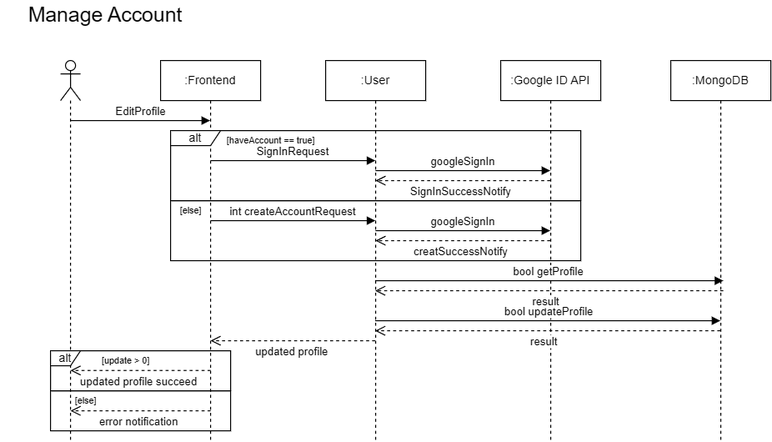
Before: documentation/images/Manage_accout.drawio.png, a diagram exported from draw.io (Exalex16/CPEN321-WOCMS). Source tidied: cells renumbered, new cells last; positions are measured from the earlier drawing's top-left corner, leaving out a move shared by most shapes. Its diagram source:
```xml
<mxGraphModel>
  <root>
    <mxCell id="0" />
    <mxCell id="1" parent="0" />
    <mxCell id="2" value=":Frontend" style="shape=umlLifeline;perimeter=lifelinePerimeter;whiteSpace=wrap;html=1;outlineConnect=0;portConstraint=eastwest;newEdgeStyle={&quot;edgeStyle&quot;:&quot;elbowEdgeStyle&quot;,&quot;elbow&quot;:&quot;vertical&quot;,&quot;curved&quot;:0,&quot;rounded&quot;:0};" parent="1" vertex="1">
      <mxGeometry x="160" y="60" width="100" height="380" as="geometry" />
    </mxCell>
    <mxCell id="3" value="&lt;span id=&quot;docs-internal-guid-6bbf44d1-7fff-1a77-31dd-1ef7b96aac21&quot;&gt;&lt;span style=&quot;font-family: Arial, sans-serif; background-color: transparent; font-variant-numeric: normal; font-variant-east-asian: normal; font-variant-alternates: normal; font-variant-position: normal; font-variant-emoji: normal; vertical-align: baseline; white-space-collapse: preserve;&quot;&gt;&lt;font style=&quot;color: rgb(0, 0, 0); font-size: 20.6667px;&quot;&gt;Manage Account&lt;/font&gt;&lt;/span&gt;&lt;/span&gt;" style="text;html=1;align=center;verticalAlign=middle;whiteSpace=wrap;rounded=0;" parent="1" vertex="1">
      <mxGeometry width="210" height="30" as="geometry" />
    </mxCell>
    <mxCell id="4" style="shape=umlLifeline;perimeter=lifelinePerimeter;whiteSpace=wrap;html=1;outlineConnect=0;portConstraint=eastwest;newEdgeStyle={&quot;curved&quot;:0,&quot;rounded&quot;:0};participant=umlActor;" parent="1" vertex="1">
      <mxGeometry x="60" y="60" width="20" height="380" as="geometry" />
    </mxCell>
    <mxCell id="5" value=":User" style="shape=umlLifeline;perimeter=lifelinePerimeter;whiteSpace=wrap;html=1;outlineConnect=0;portConstraint=eastwest;newEdgeStyle={&quot;edgeStyle&quot;:&quot;elbowEdgeStyle&quot;,&quot;elbow&quot;:&quot;vertical&quot;,&quot;curved&quot;:0,&quot;rounded&quot;:0};" parent="1" vertex="1">
      <mxGeometry x="325" y="60" width="100" height="380" as="geometry" />
    </mxCell>
    <mxCell id="6" value="EditProfile" style="html=1;verticalAlign=bottom;endArrow=block;curved=0;rounded=0;" parent="1" edge="1" source="4" target="2">
      <mxGeometry relative="1" as="geometry">
        <Array as="points">
          <mxPoint x="160" y="120" />
        </Array>
      </mxGeometry>
    </mxCell>
    <mxCell id="7" value="alt" style="shape=umlFrame;whiteSpace=wrap;html=1;width=50;height=15;" parent="1" vertex="1">
      <mxGeometry x="170" y="130" width="410" height="70" as="geometry" />
    </mxCell>
    <mxCell id="8" style="rounded=0;whiteSpace=wrap;html=1;fillColor=none;" parent="1" vertex="1">
      <mxGeometry x="170" y="200" width="410" height="60" as="geometry" />
    </mxCell>
    <mxCell id="9" value="[haveAccount == true]" style="text;html=1;align=center;verticalAlign=middle;strokeColor=none;fillColor=none;fontSize=9;" parent="1" vertex="1">
      <mxGeometry x="215" y="130" width="110" height="20" as="geometry" />
    </mxCell>
    <mxCell id="10" value=":Google ID API" style="shape=umlLifeline;perimeter=lifelinePerimeter;whiteSpace=wrap;html=1;newEdgeStyle={&quot;edgeStyle&quot;:&quot;elbowEdgeStyle&quot;,&quot;elbow&quot;:&quot;vertical&quot;,&quot;curved&quot;:0,&quot;rounded&quot;:0};" parent="1" vertex="1">
      <mxGeometry x="500" y="60" width="100" height="380" as="geometry" />
    </mxCell>
    <mxCell id="11" value="googleSignIn" style="html=1;verticalAlign=bottom;endArrow=block;curved=0;rounded=0;" parent="1" edge="1">
      <mxGeometry relative="1" as="geometry">
        <mxPoint x="374.8" y="230" as="sourcePoint" />
        <mxPoint x="549.5" y="230" as="targetPoint" />
      </mxGeometry>
    </mxCell>
    <mxCell id="12" value="[else]" style="text;html=1;align=center;verticalAlign=middle;strokeColor=none;fillColor=none;fontSize=9;" parent="1" vertex="1">
      <mxGeometry x="165" y="200" width="50" height="20" as="geometry" />
    </mxCell>
    <mxCell id="13" value="SignInRequest" style="html=1;verticalAlign=bottom;endArrow=block;curved=0;rounded=0;" parent="1" edge="1">
      <mxGeometry relative="1" as="geometry">
        <mxPoint x="210" y="160" as="sourcePoint" />
        <mxPoint x="374.7" y="160" as="targetPoint" />
      </mxGeometry>
    </mxCell>
    <mxCell id="14" value="int createAccountRequest" style="html=1;verticalAlign=bottom;endArrow=block;curved=0;rounded=0;" parent="1" edge="1">
      <mxGeometry relative="1" as="geometry">
        <mxPoint x="210" y="220" as="sourcePoint" />
        <mxPoint x="374.7" y="220" as="targetPoint" />
      </mxGeometry>
    </mxCell>
    <mxCell id="15" value="creatSuccessNotify" style="html=1;verticalAlign=bottom;endArrow=open;dashed=1;endSize=8;curved=0;rounded=0;" parent="1" edge="1">
      <mxGeometry x="0.02" y="20" relative="1" as="geometry">
        <mxPoint x="549.5" y="240" as="sourcePoint" />
        <mxPoint x="374.8" y="240" as="targetPoint" />
      </mxGeometry>
    </mxCell>
    <mxCell id="16" value="googleSignIn" style="html=1;verticalAlign=bottom;endArrow=block;curved=0;rounded=0;" parent="1" edge="1">
      <mxGeometry relative="1" as="geometry">
        <mxPoint x="374.8" y="170" as="sourcePoint" />
        <mxPoint x="549.5" y="170" as="targetPoint" />
      </mxGeometry>
    </mxCell>
    <mxCell id="17" value="SignInSuccessNotify" style="html=1;verticalAlign=bottom;endArrow=open;dashed=1;endSize=8;curved=0;rounded=0;" parent="1" edge="1">
      <mxGeometry x="0.02" y="20" relative="1" as="geometry">
        <mxPoint x="549.5" y="180" as="sourcePoint" />
        <mxPoint x="374.8" y="180" as="targetPoint" />
      </mxGeometry>
    </mxCell>
    <mxCell id="18" style="edgeStyle=orthogonalEdgeStyle;rounded=0;orthogonalLoop=1;jettySize=auto;html=1;exitX=0.5;exitY=1;exitDx=0;exitDy=0;" parent="1" edge="1" source="8" target="8">
      <mxGeometry relative="1" as="geometry" />
    </mxCell>
    <mxCell id="19" value="updated profile" style="html=1;verticalAlign=bottom;endArrow=open;dashed=1;endSize=8;curved=0;rounded=0;" parent="1" edge="1">
      <mxGeometry x="0.02" y="20" relative="1" as="geometry">
        <mxPoint x="374.5" y="340" as="sourcePoint" />
        <mxPoint x="209.9" y="340" as="targetPoint" />
      </mxGeometry>
    </mxCell>
    <mxCell id="20" value="alt" style="shape=umlFrame;whiteSpace=wrap;html=1;width=30;height=15;" parent="1" vertex="1">
      <mxGeometry x="50" y="350" width="180" height="40" as="geometry" />
    </mxCell>
    <mxCell id="21" style="html=1;whiteSpace=wrap;fillColor=none;" parent="1" vertex="1">
      <mxGeometry x="50" y="390" width="180" height="40" as="geometry" />
    </mxCell>
    <mxCell id="22" value="updated profile succeed" style="html=1;verticalAlign=bottom;endArrow=open;dashed=1;endSize=8;curved=0;rounded=0;" parent="1" edge="1">
      <mxGeometry x="0.02" y="20" relative="1" as="geometry">
        <mxPoint x="210" y="369.7" as="sourcePoint" />
        <mxPoint x="70" y="369.7" as="targetPoint" />
      </mxGeometry>
    </mxCell>
    <mxCell id="23" value="error notification" style="html=1;verticalAlign=bottom;endArrow=open;dashed=1;endSize=8;curved=0;rounded=0;" parent="1" edge="1">
      <mxGeometry x="0.03" y="20" relative="1" as="geometry">
        <mxPoint x="210" y="410" as="sourcePoint" />
        <mxPoint x="70" y="410" as="targetPoint" />
      </mxGeometry>
    </mxCell>
    <mxCell id="24" value="[else]" style="text;html=1;align=center;verticalAlign=middle;strokeColor=none;fillColor=none;fontSize=9;" parent="1" vertex="1">
      <mxGeometry x="60" y="390" width="50" height="20" as="geometry" />
    </mxCell>
    <mxCell id="25" value="[update &amp;gt; 0]" style="text;html=1;align=center;verticalAlign=middle;strokeColor=none;fillColor=none;fontSize=9;" parent="1" vertex="1">
      <mxGeometry x="90" y="350" width="70" height="20" as="geometry" />
    </mxCell>
    <mxCell id="26" value=":MongoDB" style="shape=umlLifeline;perimeter=lifelinePerimeter;whiteSpace=wrap;html=1;newEdgeStyle={&quot;edgeStyle&quot;:&quot;elbowEdgeStyle&quot;,&quot;elbow&quot;:&quot;vertical&quot;,&quot;curved&quot;:0,&quot;rounded&quot;:0};" parent="1" vertex="1">
      <mxGeometry x="670" y="60" width="100" height="380" as="geometry" />
    </mxCell>
    <mxCell id="27" value="&lt;span style=&quot;text-align: left;&quot;&gt;bool updateProfile&lt;/span&gt;" style="html=1;verticalAlign=bottom;endArrow=block;curved=0;rounded=0;" parent="1" edge="1">
      <mxGeometry relative="1" as="geometry">
        <mxPoint x="374.5" y="320" as="sourcePoint" />
        <mxPoint x="719.5" y="320" as="targetPoint" />
      </mxGeometry>
    </mxCell>
    <mxCell id="28" value="result" style="html=1;verticalAlign=bottom;endArrow=open;dashed=1;endSize=8;curved=0;rounded=0;" parent="1" edge="1">
      <mxGeometry x="0.02" y="20" relative="1" as="geometry">
        <mxPoint x="719.5" y="330" as="sourcePoint" />
        <mxPoint x="374.5" y="330" as="targetPoint" />
      </mxGeometry>
    </mxCell>
    <mxCell id="29" value="&lt;span style=&quot;text-align: left;&quot;&gt;bool&amp;nbsp;&lt;/span&gt;getProfile&amp;nbsp;" style="html=1;verticalAlign=bottom;endArrow=block;curved=0;rounded=0;" parent="1" edge="1" source="5">
      <mxGeometry relative="1" as="geometry">
        <mxPoint x="722.5" y="280" as="targetPoint" />
      </mxGeometry>
    </mxCell>
    <mxCell id="30" value="result" style="html=1;verticalAlign=bottom;endArrow=open;dashed=1;endSize=8;curved=0;rounded=0;" parent="1" edge="1" target="5">
      <mxGeometry x="0.02" y="20" relative="1" as="geometry">
        <mxPoint x="722.5" y="290" as="sourcePoint" />
      </mxGeometry>
    </mxCell>
  </root>
</mxGraphModel>
```
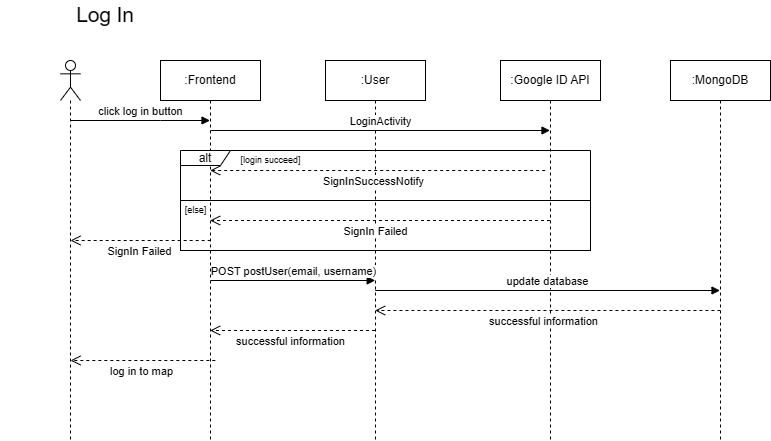
The same file after the commit.

Change to the diagram source:
```diff
@@ -5,7 +5,7 @@
     <mxCell id="2" value=":Frontend" style="shape=umlLifeline;perimeter=lifelinePerimeter;whiteSpace=wrap;html=1;outlineConnect=0;portConstraint=eastwest;newEdgeStyle={&quot;edgeStyle&quot;:&quot;elbowEdgeStyle&quot;,&quot;elbow&quot;:&quot;vertical&quot;,&quot;curved&quot;:0,&quot;rounded&quot;:0};" parent="1" vertex="1">
       <mxGeometry x="160" y="60" width="100" height="380" as="geometry" />
     </mxCell>
-    <mxCell id="3" value="&lt;span id=&quot;docs-internal-guid-6bbf44d1-7fff-1a77-31dd-1ef7b96aac21&quot;&gt;&lt;span style=&quot;font-family: Arial, sans-serif; background-color: transparent; font-variant-numeric: normal; font-variant-east-asian: normal; font-variant-alternates: normal; font-variant-position: normal; font-variant-emoji: normal; vertical-align: baseline; white-space-collapse: preserve;&quot;&gt;&lt;font style=&quot;color: rgb(0, 0, 0); font-size: 20.6667px;&quot;&gt;Manage Account&lt;/font&gt;&lt;/span&gt;&lt;/span&gt;" style="text;html=1;align=center;verticalAlign=middle;whiteSpace=wrap;rounded=0;" parent="1" vertex="1">
+    <mxCell id="3" value="&lt;span id=&quot;docs-internal-guid-6bbf44d1-7fff-1a77-31dd-1ef7b96aac21&quot;&gt;&lt;span style=&quot;font-family: Arial, sans-serif; background-color: transparent; font-variant-numeric: normal; font-variant-east-asian: normal; font-variant-alternates: normal; font-variant-position: normal; font-variant-emoji: normal; vertical-align: baseline; white-space-collapse: preserve;&quot;&gt;&lt;font style=&quot;color: rgb(0, 0, 0); font-size: 20.6667px;&quot;&gt;Log In&lt;/font&gt;&lt;/span&gt;&lt;/span&gt;" style="text;html=1;align=center;verticalAlign=middle;whiteSpace=wrap;rounded=0;" parent="1" vertex="1">
       <mxGeometry width="210" height="30" as="geometry" />
     </mxCell>
     <mxCell id="4" style="shape=umlLifeline;perimeter=lifelinePerimeter;whiteSpace=wrap;html=1;outlineConnect=0;portConstraint=eastwest;newEdgeStyle={&quot;curved&quot;:0,&quot;rounded&quot;:0};participant=umlActor;" parent="1" vertex="1">
@@ -14,7 +14,7 @@
     <mxCell id="5" value=":User" style="shape=umlLifeline;perimeter=lifelinePerimeter;whiteSpace=wrap;html=1;outlineConnect=0;portConstraint=eastwest;newEdgeStyle={&quot;edgeStyle&quot;:&quot;elbowEdgeStyle&quot;,&quot;elbow&quot;:&quot;vertical&quot;,&quot;curved&quot;:0,&quot;rounded&quot;:0};" parent="1" vertex="1">
       <mxGeometry x="325" y="60" width="100" height="380" as="geometry" />
     </mxCell>
-    <mxCell id="6" value="EditProfile" style="html=1;verticalAlign=bottom;endArrow=block;curved=0;rounded=0;" parent="1" edge="1" source="4" target="2">
+    <mxCell id="6" value="click log in button" style="html=1;verticalAlign=bottom;endArrow=block;curved=0;rounded=0;" parent="1" edge="1" source="4" target="2">
       <mxGeometry relative="1" as="geometry">
         <Array as="points">
           <mxPoint x="160" y="120" />
@@ -22,113 +22,81 @@
       </mxGeometry>
     </mxCell>
     <mxCell id="7" value="alt" style="shape=umlFrame;whiteSpace=wrap;html=1;width=50;height=15;" parent="1" vertex="1">
-      <mxGeometry x="170" y="130" width="410" height="70" as="geometry" />
+      <mxGeometry x="180" y="150" width="410" height="50" as="geometry" />
     </mxCell>
     <mxCell id="8" style="rounded=0;whiteSpace=wrap;html=1;fillColor=none;" parent="1" vertex="1">
-      <mxGeometry x="170" y="200" width="410" height="60" as="geometry" />
+      <mxGeometry x="180" y="200" width="410" height="50" as="geometry" />
     </mxCell>
-    <mxCell id="9" value="[haveAccount == true]" style="text;html=1;align=center;verticalAlign=middle;strokeColor=none;fillColor=none;fontSize=9;" parent="1" vertex="1">
-      <mxGeometry x="215" y="130" width="110" height="20" as="geometry" />
+    <mxCell id="9" value="[login succeed]" style="text;html=1;align=center;verticalAlign=middle;strokeColor=none;fillColor=none;fontSize=9;" parent="1" vertex="1">
+      <mxGeometry x="230" y="150" width="80" height="20" as="geometry" />
     </mxCell>
     <mxCell id="10" value=":Google ID API" style="shape=umlLifeline;perimeter=lifelinePerimeter;whiteSpace=wrap;html=1;newEdgeStyle={&quot;edgeStyle&quot;:&quot;elbowEdgeStyle&quot;,&quot;elbow&quot;:&quot;vertical&quot;,&quot;curved&quot;:0,&quot;rounded&quot;:0};" parent="1" vertex="1">
       <mxGeometry x="500" y="60" width="100" height="380" as="geometry" />
     </mxCell>
-    <mxCell id="11" value="googleSignIn" style="html=1;verticalAlign=bottom;endArrow=block;curved=0;rounded=0;" parent="1" edge="1">
-      <mxGeometry relative="1" as="geometry">
-        <mxPoint x="374.8" y="230" as="sourcePoint" />
-        <mxPoint x="549.5" y="230" as="targetPoint" />
-      </mxGeometry>
-    </mxCell>
     <mxCell id="12" value="[else]" style="text;html=1;align=center;verticalAlign=middle;strokeColor=none;fillColor=none;fontSize=9;" parent="1" vertex="1">
-      <mxGeometry x="165" y="200" width="50" height="20" as="geometry" />
+      <mxGeometry x="170" y="200" width="50" height="20" as="geometry" />
     </mxCell>
-    <mxCell id="13" value="SignInRequest" style="html=1;verticalAlign=bottom;endArrow=block;curved=0;rounded=0;" parent="1" edge="1">
+    <mxCell id="13" value="POST postUser(email, username)" style="html=1;verticalAlign=bottom;endArrow=block;curved=0;rounded=0;" parent="1" edge="1">
       <mxGeometry relative="1" as="geometry">
-        <mxPoint x="210" y="160" as="sourcePoint" />
-        <mxPoint x="374.7" y="160" as="targetPoint" />
+        <mxPoint x="210" y="280" as="sourcePoint" />
+        <mxPoint x="374.7" y="280" as="targetPoint" />
       </mxGeometry>
     </mxCell>
-    <mxCell id="14" value="int createAccountRequest" style="html=1;verticalAlign=bottom;endArrow=block;curved=0;rounded=0;" parent="1" edge="1">
-      <mxGeometry relative="1" as="geometry">
-        <mxPoint x="210" y="220" as="sourcePoint" />
-        <mxPoint x="374.7" y="220" as="targetPoint" />
-      </mxGeometry>
-    </mxCell>
-    <mxCell id="15" value="creatSuccessNotify" style="html=1;verticalAlign=bottom;endArrow=open;dashed=1;endSize=8;curved=0;rounded=0;" parent="1" edge="1">
-      <mxGeometry x="0.02" y="20" relative="1" as="geometry">
-        <mxPoint x="549.5" y="240" as="sourcePoint" />
-        <mxPoint x="374.8" y="240" as="targetPoint" />
-      </mxGeometry>
-    </mxCell>
-    <mxCell id="16" value="googleSignIn" style="html=1;verticalAlign=bottom;endArrow=block;curved=0;rounded=0;" parent="1" edge="1">
-      <mxGeometry relative="1" as="geometry">
-        <mxPoint x="374.8" y="170" as="sourcePoint" />
-        <mxPoint x="549.5" y="170" as="targetPoint" />
-      </mxGeometry>
-    </mxCell>
+    <mxCell id="18" style="edgeStyle=orthogonalEdgeStyle;rounded=0;orthogonalLoop=1;jettySize=auto;html=1;exitX=0.5;exitY=1;exitDx=0;exitDy=0;" parent="1" edge="1">
+      <mxGeometry relative="1" as="geometry">
+        <mxPoint x="503" y="325.4" as="sourcePoint" />
+        <mxPoint x="503" y="325.4" as="targetPoint" />
+      </mxGeometry>
+    </mxCell>
+    <mxCell id="26" value=":MongoDB" style="shape=umlLifeline;perimeter=lifelinePerimeter;whiteSpace=wrap;html=1;newEdgeStyle={&quot;edgeStyle&quot;:&quot;elbowEdgeStyle&quot;,&quot;elbow&quot;:&quot;vertical&quot;,&quot;curved&quot;:0,&quot;rounded&quot;:0};" parent="1" vertex="1">
+      <mxGeometry x="670" y="60" width="100" height="380" as="geometry" />
+    </mxCell>
+    <mxCell id="31" value="LoginActivity" style="html=1;verticalAlign=bottom;endArrow=block;curved=0;rounded=0;" parent="1" edge="1">
+      <mxGeometry relative="1" as="geometry">
+        <mxPoint x="210" y="130" as="sourcePoint" />
+        <mxPoint x="549.5" y="130" as="targetPoint" />
+      </mxGeometry>
+    </mxCell>
     <mxCell id="17" value="SignInSuccessNotify" style="html=1;verticalAlign=bottom;endArrow=open;dashed=1;endSize=8;curved=0;rounded=0;" parent="1" edge="1">
       <mxGeometry x="0.02" y="20" relative="1" as="geometry">
-        <mxPoint x="549.5" y="180" as="sourcePoint" />
-        <mxPoint x="374.8" y="180" as="targetPoint" />
+        <mxPoint x="544.7" y="170" as="sourcePoint" />
+        <mxPoint x="209.7" y="170" as="targetPoint" />
       </mxGeometry>
     </mxCell>
-    <mxCell id="18" style="edgeStyle=orthogonalEdgeStyle;rounded=0;orthogonalLoop=1;jettySize=auto;html=1;exitX=0.5;exitY=1;exitDx=0;exitDy=0;" parent="1" edge="1" source="8" target="8">
-      <mxGeometry relative="1" as="geometry" />
-    </mxCell>
-    <mxCell id="19" value="updated profile" style="html=1;verticalAlign=bottom;endArrow=open;dashed=1;endSize=8;curved=0;rounded=0;" parent="1" edge="1">
-      <mxGeometry x="0.02" y="20" relative="1" as="geometry">
-        <mxPoint x="374.5" y="340" as="sourcePoint" />
-        <mxPoint x="209.9" y="340" as="targetPoint" />
-      </mxGeometry>
-    </mxCell>
-    <mxCell id="20" value="alt" style="shape=umlFrame;whiteSpace=wrap;html=1;width=30;height=15;" parent="1" vertex="1">
-      <mxGeometry x="50" y="350" width="180" height="40" as="geometry" />
-    </mxCell>
-    <mxCell id="21" style="html=1;whiteSpace=wrap;fillColor=none;" parent="1" vertex="1">
-      <mxGeometry x="50" y="390" width="180" height="40" as="geometry" />
-    </mxCell>
-    <mxCell id="22" value="updated profile succeed" style="html=1;verticalAlign=bottom;endArrow=open;dashed=1;endSize=8;curved=0;rounded=0;" parent="1" edge="1">
-      <mxGeometry x="0.02" y="20" relative="1" as="geometry">
-        <mxPoint x="210" y="369.7" as="sourcePoint" />
-        <mxPoint x="70" y="369.7" as="targetPoint" />
-      </mxGeometry>
-    </mxCell>
-    <mxCell id="23" value="error notification" style="html=1;verticalAlign=bottom;endArrow=open;dashed=1;endSize=8;curved=0;rounded=0;" parent="1" edge="1">
-      <mxGeometry x="0.03" y="20" relative="1" as="geometry">
-        <mxPoint x="210" y="410" as="sourcePoint" />
-        <mxPoint x="70" y="410" as="targetPoint" />
-      </mxGeometry>
-    </mxCell>
-    <mxCell id="24" value="[else]" style="text;html=1;align=center;verticalAlign=middle;strokeColor=none;fillColor=none;fontSize=9;" parent="1" vertex="1">
-      <mxGeometry x="60" y="390" width="50" height="20" as="geometry" />
-    </mxCell>
-    <mxCell id="25" value="[update &amp;gt; 0]" style="text;html=1;align=center;verticalAlign=middle;strokeColor=none;fillColor=none;fontSize=9;" parent="1" vertex="1">
-      <mxGeometry x="90" y="350" width="70" height="20" as="geometry" />
-    </mxCell>
-    <mxCell id="26" value=":MongoDB" style="shape=umlLifeline;perimeter=lifelinePerimeter;whiteSpace=wrap;html=1;newEdgeStyle={&quot;edgeStyle&quot;:&quot;elbowEdgeStyle&quot;,&quot;elbow&quot;:&quot;vertical&quot;,&quot;curved&quot;:0,&quot;rounded&quot;:0};" parent="1" vertex="1">
-      <mxGeometry x="670" y="60" width="100" height="380" as="geometry" />
-    </mxCell>
-    <mxCell id="27" value="&lt;span style=&quot;text-align: left;&quot;&gt;bool updateProfile&lt;/span&gt;" style="html=1;verticalAlign=bottom;endArrow=block;curved=0;rounded=0;" parent="1" edge="1">
-      <mxGeometry relative="1" as="geometry">
-        <mxPoint x="374.5" y="320" as="sourcePoint" />
-        <mxPoint x="719.5" y="320" as="targetPoint" />
-      </mxGeometry>
-    </mxCell>
-    <mxCell id="28" value="result" style="html=1;verticalAlign=bottom;endArrow=open;dashed=1;endSize=8;curved=0;rounded=0;" parent="1" edge="1">
-      <mxGeometry x="0.02" y="20" relative="1" as="geometry">
-        <mxPoint x="719.5" y="330" as="sourcePoint" />
-        <mxPoint x="374.5" y="330" as="targetPoint" />
-      </mxGeometry>
-    </mxCell>
-    <mxCell id="29" value="&lt;span style=&quot;text-align: left;&quot;&gt;bool&amp;nbsp;&lt;/span&gt;getProfile&amp;nbsp;" style="html=1;verticalAlign=bottom;endArrow=block;curved=0;rounded=0;" parent="1" edge="1" source="5">
-      <mxGeometry relative="1" as="geometry">
-        <mxPoint x="722.5" y="280" as="targetPoint" />
-      </mxGeometry>
-    </mxCell>
-    <mxCell id="30" value="result" style="html=1;verticalAlign=bottom;endArrow=open;dashed=1;endSize=8;curved=0;rounded=0;" parent="1" edge="1" target="5">
-      <mxGeometry x="0.02" y="20" relative="1" as="geometry">
-        <mxPoint x="722.5" y="290" as="sourcePoint" />
-      </mxGeometry>
-    </mxCell>
+    <mxCell id="32" value="SignIn Failed" style="html=1;verticalAlign=bottom;endArrow=open;dashed=1;endSize=8;curved=0;rounded=0;" parent="1" edge="1">
+      <mxGeometry x="0.02" y="20" relative="1" as="geometry">
+        <mxPoint x="549.5" y="220" as="sourcePoint" />
+        <mxPoint x="209.7" y="220" as="targetPoint" />
+      </mxGeometry>
+    </mxCell>
+    <mxCell id="33" value="SignIn Failed" style="html=1;verticalAlign=bottom;endArrow=open;dashed=1;endSize=8;curved=0;rounded=0;" parent="1" edge="1">
+      <mxGeometry x="0.02" y="20" relative="1" as="geometry">
+        <mxPoint x="210.2" y="240" as="sourcePoint" />
+        <mxPoint x="70" y="240" as="targetPoint" />
+      </mxGeometry>
+    </mxCell>
+    <mxCell id="34" value="update database" style="html=1;verticalAlign=bottom;endArrow=block;curved=0;rounded=0;" parent="1" edge="1">
+      <mxGeometry relative="1" as="geometry">
+        <mxPoint x="374.7" y="290" as="sourcePoint" />
+        <mxPoint x="719.5" y="290" as="targetPoint" />
+      </mxGeometry>
+    </mxCell>
+    <mxCell id="35" value="successful information" style="html=1;verticalAlign=bottom;endArrow=open;dashed=1;endSize=8;curved=0;rounded=0;" parent="1" edge="1" target="5">
+      <mxGeometry x="0.02" y="20" relative="1" as="geometry">
+        <mxPoint x="719.9" y="310" as="sourcePoint" />
+      </mxGeometry>
+    </mxCell>
+    <mxCell id="36" value="successful information" style="html=1;verticalAlign=bottom;endArrow=open;dashed=1;endSize=8;curved=0;rounded=0;" parent="1" edge="1">
+      <mxGeometry x="0.02" y="20" relative="1" as="geometry">
+        <mxPoint x="374.5" y="330" as="sourcePoint" />
+        <mxPoint x="209.7" y="330" as="targetPoint" />
+      </mxGeometry>
+    </mxCell>
+    <mxCell id="37" value="log in to map" style="html=1;verticalAlign=bottom;endArrow=open;dashed=1;endSize=8;curved=0;rounded=0;" parent="1" edge="1">
+      <mxGeometry x="0.02" y="20" relative="1" as="geometry">
+        <mxPoint x="214.8" y="360" as="sourcePoint" />
+        <mxPoint x="70" y="360" as="targetPoint" />
+      </mxGeometry>
+    </mxCell>
   </root>
 </mxGraphModel>
```
